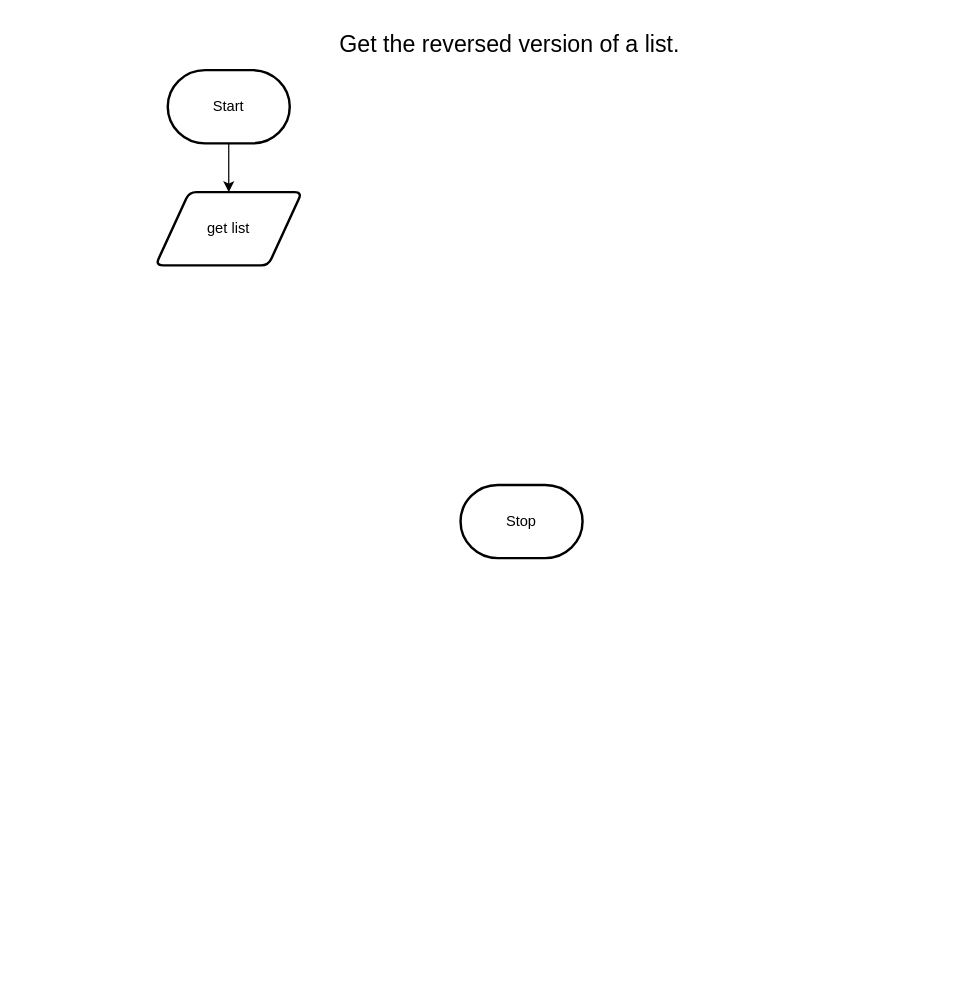
Earlier version of the draw.io diagram design/flowchart.drawio (Emmanuel-Fofeyin/ICS3U-assignment7-Python). Source tidied: cells renumbered, new cells numbered last; positions are measured from the earlier drawing's top-left corner, leaving out a move shared by most shapes. Both pictures are drawn from the tidied source at 122%, with x=0, y=0 at pixel (155, 21).
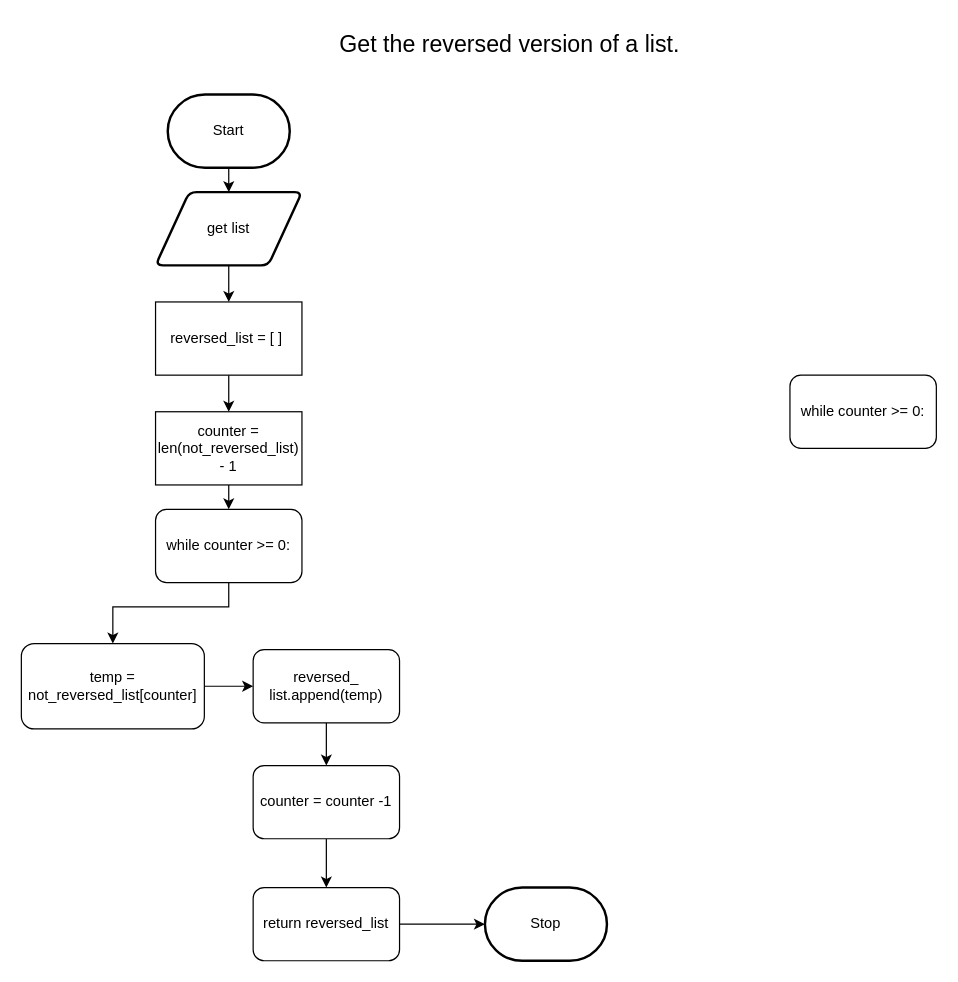
The same page after the edit.

Unchanged cells that the change refers to:
```xml
<mxCell id="6" value="get list" style="shape=parallelogram;html=1;strokeWidth=2;perimeter=parallelogramPerimeter;whiteSpace=wrap;rounded=1;arcSize=12;size=0.23;" parent="1" vertex="1">
  <mxGeometry y="140" width="120" height="60" as="geometry" />
</mxCell>
```

What changed in the source:
```diff
@@
     <mxCell id="3" value="Start" style="strokeWidth=2;html=1;shape=mxgraph.flowchart.terminator;whiteSpace=wrap;" parent="1" vertex="1">
-      <mxGeometry x="10" y="40" width="100" height="60" as="geometry" />
+      <mxGeometry x="10" y="60" width="100" height="60" as="geometry" />
     </mxCell>
     <mxCell id="4" value="Stop" style="strokeWidth=2;html=1;shape=mxgraph.flowchart.terminator;whiteSpace=wrap;" parent="1" vertex="1">
-      <mxGeometry x="250" y="380" width="100" height="60" as="geometry" />
+      <mxGeometry x="270" y="710" width="100" height="60" as="geometry" />
     </mxCell>
@@
+    <mxCell id="7" style="edgeStyle=none;html=1;entryX=0.5;entryY=0;entryDx=0;entryDy=0;" parent="1" edge="1" source="6" target="9">
+      <mxGeometry relative="1" as="geometry" />
+    </mxCell>
@@
+    <mxCell id="8" style="edgeStyle=none;html=1;entryX=0.5;entryY=0;entryDx=0;entryDy=0;" parent="1" edge="1" source="9" target="11">
+      <mxGeometry relative="1" as="geometry" />
+    </mxCell>
+    <mxCell id="9" value="reversed_list = [ ]&amp;nbsp;" style="rounded=0;whiteSpace=wrap;html=1;" parent="1" vertex="1">
+      <mxGeometry y="230" width="120" height="60" as="geometry" />
+    </mxCell>
+    <mxCell id="10" style="edgeStyle=none;html=1;entryX=0.5;entryY=0;entryDx=0;entryDy=0;" parent="1" edge="1" source="11" target="13">
+      <mxGeometry relative="1" as="geometry" />
+    </mxCell>
+    <mxCell id="11" value="counter = len(not_reversed_list) - 1" style="rounded=0;whiteSpace=wrap;html=1;" parent="1" vertex="1">
+      <mxGeometry y="320" width="120" height="60" as="geometry" />
+    </mxCell>
+    <mxCell id="12" style="edgeStyle=none;html=1;entryX=0.5;entryY=0;entryDx=0;entryDy=0;rounded=0;exitX=0.5;exitY=1;exitDx=0;exitDy=0;" parent="1" edge="1" source="13" target="15">
+      <mxGeometry relative="1" as="geometry">
+        <Array as="points">
+          <mxPoint x="60" y="480" />
+          <mxPoint x="-35" y="480" />
+        </Array>
+      </mxGeometry>
+    </mxCell>
+    <mxCell id="13" value="while counter &amp;gt;= 0:" style="rounded=1;whiteSpace=wrap;html=1;" parent="1" vertex="1">
+      <mxGeometry y="400" width="120" height="60" as="geometry" />
+    </mxCell>
+    <mxCell id="14" style="edgeStyle=none;html=1;entryX=0;entryY=0.5;entryDx=0;entryDy=0;" parent="1" edge="1" source="15" target="18">
+      <mxGeometry relative="1" as="geometry" />
+    </mxCell>
+    <mxCell id="15" value="temp = not_reversed_list[counter]" style="rounded=1;whiteSpace=wrap;html=1;" parent="1" vertex="1">
+      <mxGeometry x="-110" y="510" width="150" height="70" as="geometry" />
+    </mxCell>
+    <mxCell id="16" value="while counter &amp;gt;= 0:" style="rounded=1;whiteSpace=wrap;html=1;" parent="1" vertex="1">
+      <mxGeometry x="520" y="290" width="120" height="60" as="geometry" />
+    </mxCell>
+    <mxCell id="17" style="edgeStyle=none;html=1;entryX=0.5;entryY=0;entryDx=0;entryDy=0;" parent="1" edge="1" source="18" target="20">
+      <mxGeometry relative="1" as="geometry" />
+    </mxCell>
+    <mxCell id="18" value="reversed_&lt;br&gt;list.append(temp)" style="rounded=1;whiteSpace=wrap;html=1;" parent="1" vertex="1">
+      <mxGeometry x="80" y="515" width="120" height="60" as="geometry" />
+    </mxCell>
+    <mxCell id="19" style="edgeStyle=none;rounded=0;html=1;" parent="1" edge="1" source="20" target="22">
+      <mxGeometry relative="1" as="geometry" />
+    </mxCell>
+    <mxCell id="20" value="counter = counter -1" style="rounded=1;whiteSpace=wrap;html=1;" parent="1" vertex="1">
+      <mxGeometry x="80" y="610" width="120" height="60" as="geometry" />
+    </mxCell>
+    <mxCell id="21" style="edgeStyle=none;rounded=0;html=1;entryX=0;entryY=0.5;entryDx=0;entryDy=0;entryPerimeter=0;" parent="1" edge="1" source="22" target="4">
+      <mxGeometry relative="1" as="geometry" />
+    </mxCell>
+    <mxCell id="22" value="return reversed_list" style="rounded=1;whiteSpace=wrap;html=1;" parent="1" vertex="1">
+      <mxGeometry x="80" y="710" width="120" height="60" as="geometry" />
+    </mxCell>
```
